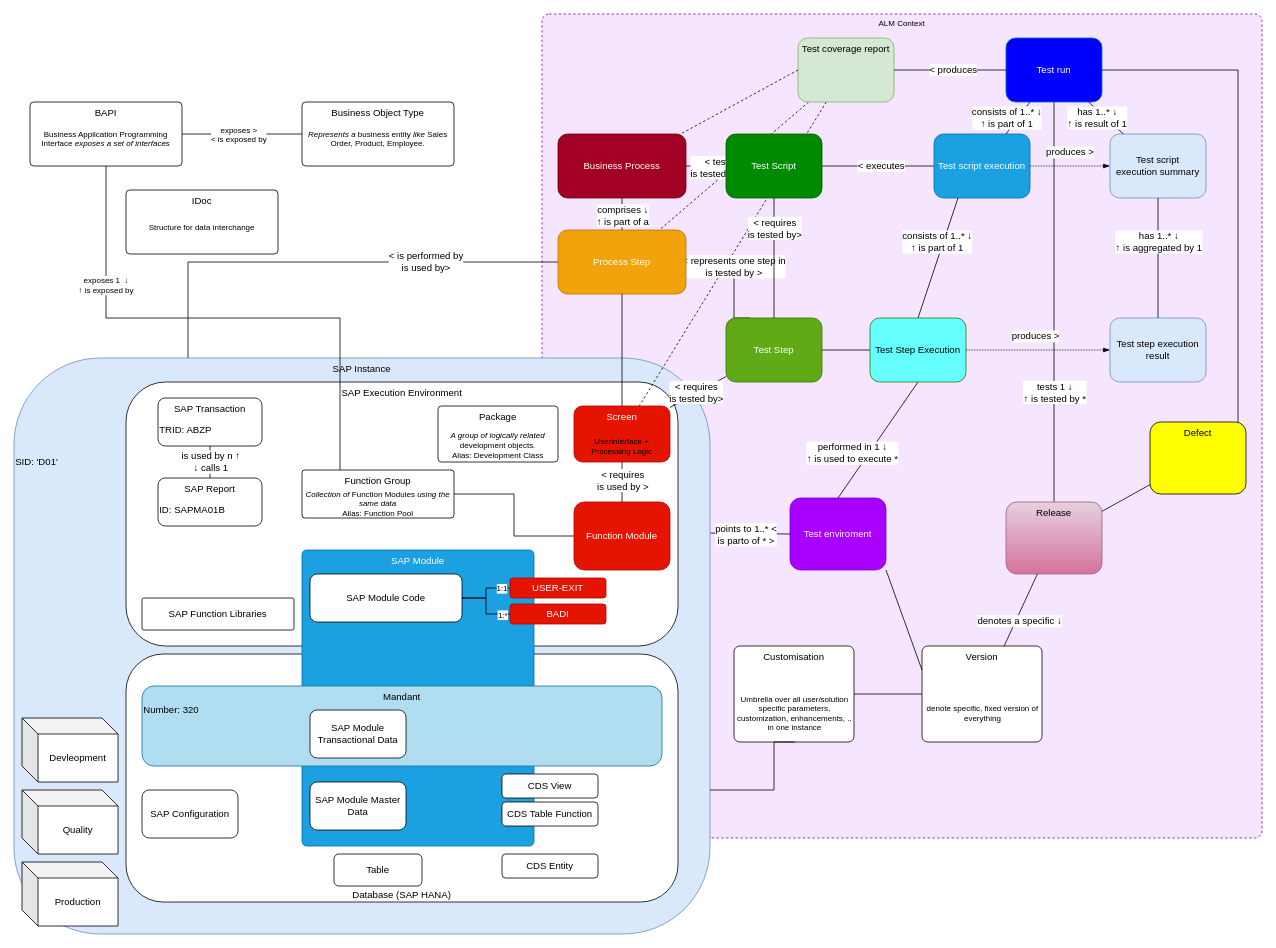
This is SAP-Information-Model.drawio from sp-christian/sap-information-model, a draw.io file, before an edit. Source tidied: cells renumbered, new cells numbered last; positions are measured from the earlier drawing's top-left corner, leaving out a move shared by most shapes. Both pictures are drawn from the tidied source at 80%, with x=0, y=0 at pixel (14, 14).
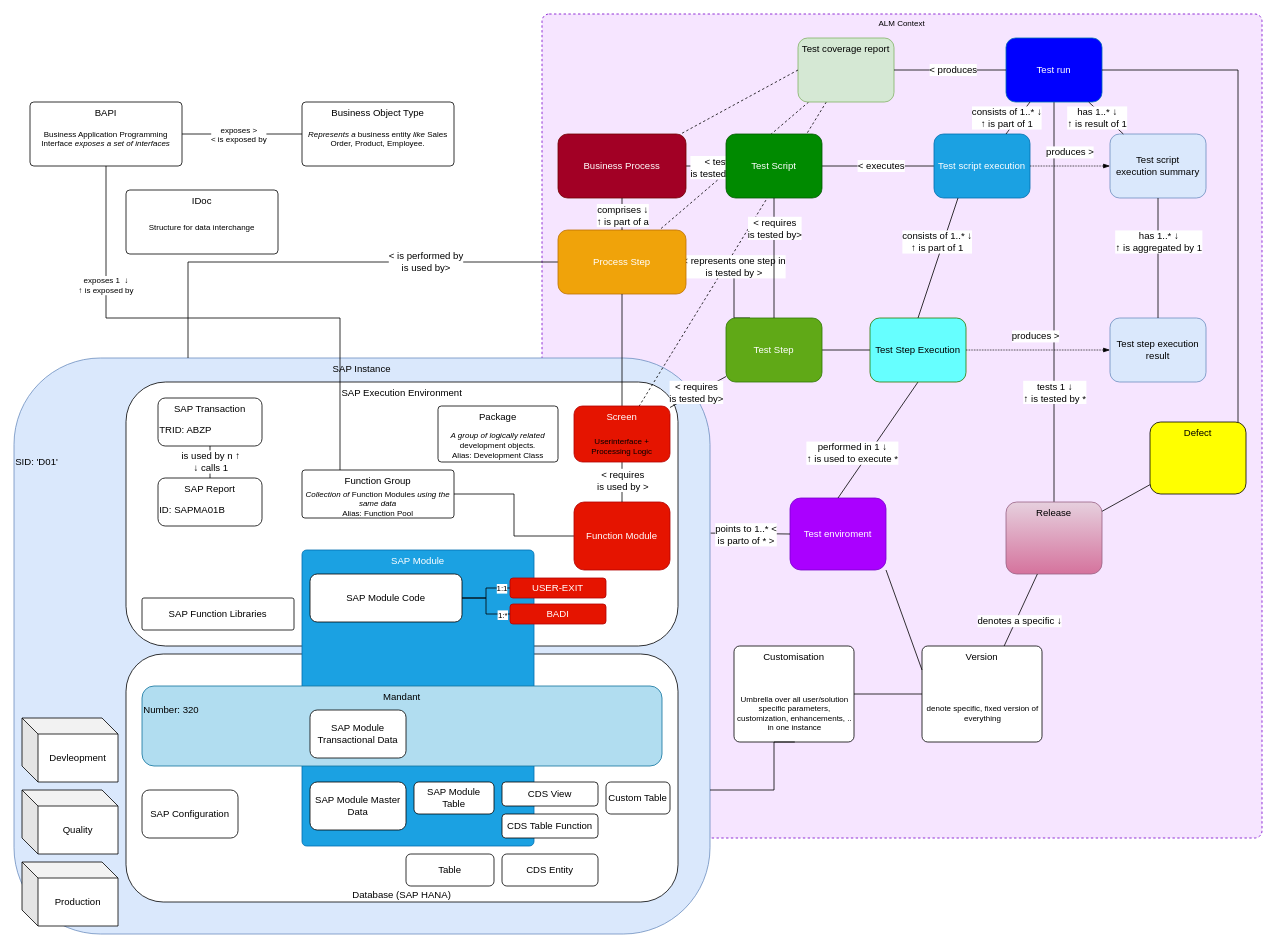
Above is the later version.

Commit message:
Added custom table

What changed in the source:
```diff
@@
     <mxCell id="64" value="Table" style="rounded=1;whiteSpace=wrap;html=1;" parent="1" vertex="1">
-      <mxGeometry x="400" y="1050" width="110" height="40" as="geometry" />
+      <mxGeometry x="490" y="1050" width="110" height="40" as="geometry" />
     </mxCell>
@@
     <mxCell id="78" value="CDS Entity" style="rounded=1;whiteSpace=wrap;html=1;" parent="1" vertex="1">
-      <mxGeometry x="610" y="1050" width="120" height="30" as="geometry" />
+      <mxGeometry x="610" y="1050" width="120" height="40" as="geometry" />
     </mxCell>
     <mxCell id="79" value="CDS View" style="rounded=1;whiteSpace=wrap;html=1;" parent="1" vertex="1">
-      <mxGeometry x="610" y="950" width="120" height="30" as="geometry" />
+      <mxGeometry x="610" y="960" width="120" height="30" as="geometry" />
     </mxCell>
     <mxCell id="80" value="CDS Table Function" style="rounded=1;whiteSpace=wrap;html=1;" parent="1" vertex="1">
-      <mxGeometry x="610" y="985" width="120" height="30" as="geometry" />
+      <mxGeometry x="610" y="1000" width="120" height="30" as="geometry" />
     </mxCell>
@@
+    <mxCell id="124" value="SAP Module Table" style="rounded=1;whiteSpace=wrap;html=1;" parent="1" vertex="1">
+      <mxGeometry x="500" y="960" width="100" height="40" as="geometry" />
+    </mxCell>
+    <mxCell id="125" value="Custom Table" style="rounded=1;whiteSpace=wrap;html=1;" parent="1" vertex="1">
+      <mxGeometry x="740" y="960" width="80" height="40" as="geometry" />
+    </mxCell>
```
